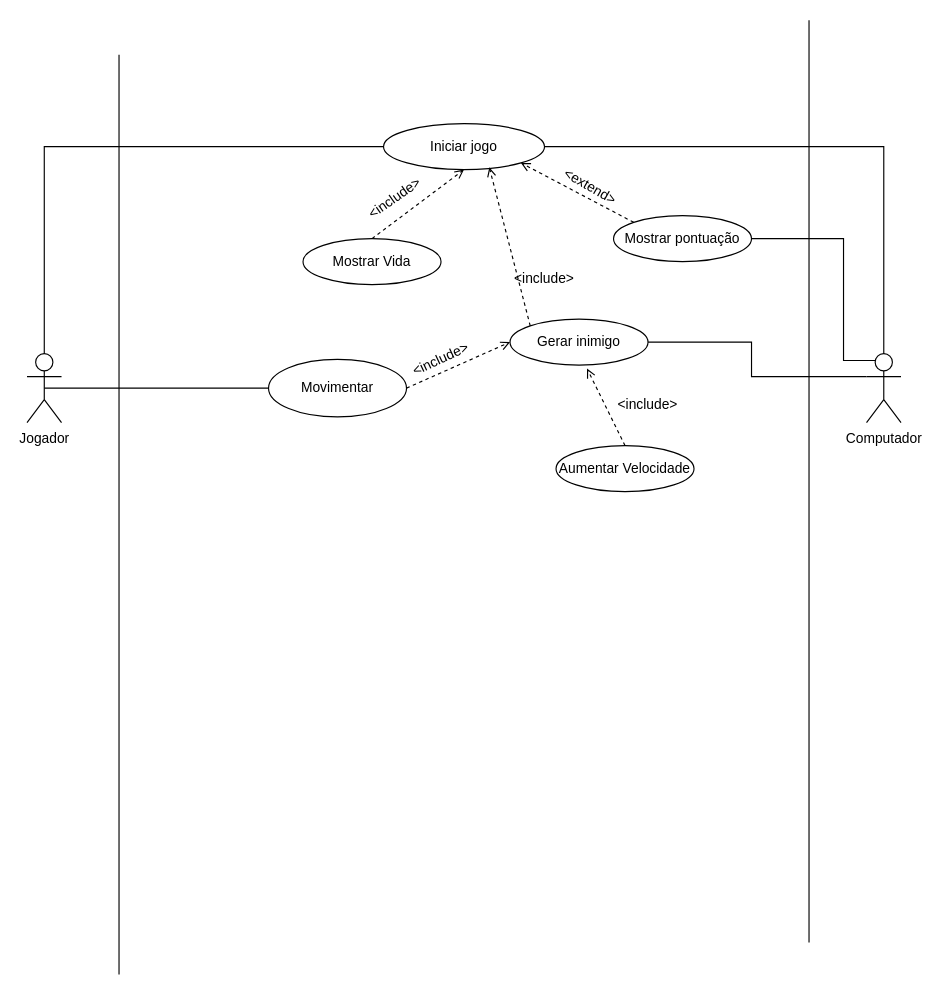
Earlier version of the draw.io diagram Diagrama sem nome.drawio (yuritelis/atvmusica). Source tidied: cells renumbered, new cells numbered last; positions are measured from the earlier drawing's top-left corner, leaving out a move shared by most shapes. Both pictures are drawn from the tidied source at 115%, with x=0, y=0 at pixel (26, 20).
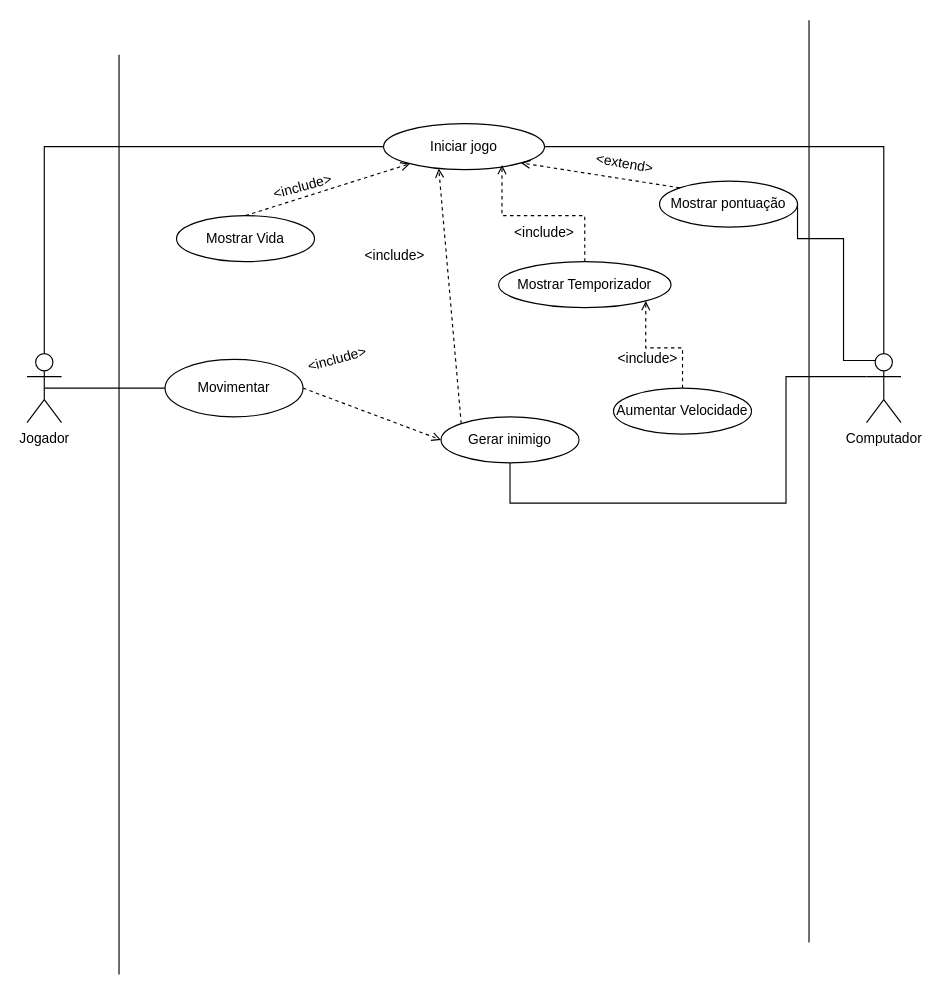
The same page after the edit.

Unchanged cells that the change refers to:
```xml
<mxCell id="8" value="Computador" style="shape=umlActor;verticalLabelPosition=bottom;verticalAlign=top;html=1;outlineConnect=0;" parent="1" vertex="1">
  <mxGeometry x="730" y="290" width="30" height="60" as="geometry" />
</mxCell>
<mxCell id="11" value="Iniciar jogo" style="ellipse;whiteSpace=wrap;html=1;" parent="1" vertex="1">
  <mxGeometry x="310" y="90" width="140" height="40" as="geometry" />
</mxCell>
```

Change to the diagram source:
```diff
@@
-    <mxCell id="6" style="edgeStyle=orthogonalEdgeStyle;rounded=0;jettySize=auto;html=1;exitX=0;exitY=0.3333333333333333;exitDx=0;exitDy=0;exitPerimeter=0;entryX=1;entryY=0.5;entryDx=0;entryDy=0;endArrow=none;endFill=0;" parent="1" edge="1" source="8" target="13">
+    <mxCell id="6" style="edgeStyle=orthogonalEdgeStyle;rounded=0;jettySize=auto;html=1;exitX=0;exitY=0.3333333333333333;exitDx=0;exitDy=0;exitPerimeter=0;entryX=0.5;entryY=1;entryDx=0;entryDy=0;endArrow=none;endFill=0;" parent="1" edge="1" source="8" target="13">
       <mxGeometry relative="1" as="geometry">
         <Array as="points">
-          <mxPoint x="630" y="310" />
-          <mxPoint x="630" y="280" />
+          <mxPoint x="660" y="310" />
+          <mxPoint x="660" y="420" />
+          <mxPoint x="420" y="420" />
         </Array>
       </mxGeometry>
     </mxCell>
@@
     <mxCell id="12" value="Mostrar pontuação" style="ellipse;whiteSpace=wrap;html=1;" parent="1" vertex="1">
-      <mxGeometry x="510" y="170" width="120" height="40" as="geometry" />
+      <mxGeometry x="550" y="140" width="120" height="40" as="geometry" />
     </mxCell>
     <mxCell id="13" value="Gerar inimigo" style="ellipse;whiteSpace=wrap;html=1;" parent="1" vertex="1">
-      <mxGeometry x="420" y="260" width="120" height="40" as="geometry" />
+      <mxGeometry x="360" y="345" width="120" height="40" as="geometry" />
     </mxCell>
@@
     <mxCell id="15" value="Mostrar Vida" style="ellipse;whiteSpace=wrap;html=1;" parent="1" vertex="1">
-      <mxGeometry x="240" y="190" width="120" height="40" as="geometry" />
+      <mxGeometry x="130" y="170" width="120" height="40" as="geometry" />
     </mxCell>
-    <mxCell id="16" style="endArrow=open;html=1;rounded=0;entryX=0.5;entryY=1;entryDx=0;entryDy=0;exitX=0.5;exitY=0;exitDx=0;exitDy=0;dashed=1;endFill=0;" parent="1" edge="1" source="15" target="11">
+    <mxCell id="16" style="endArrow=open;html=1;rounded=0;exitX=0.5;exitY=0;exitDx=0;exitDy=0;dashed=1;endFill=0;" parent="1" edge="1" source="15" target="11">
       <mxGeometry relative="1" as="geometry" />
     </mxCell>
-    <mxCell id="17" value="&amp;lt;extend&amp;gt;" style="text;html=1;strokeColor=none;fillColor=none;align=center;verticalAlign=middle;whiteSpace=wrap;rounded=0;rotation=30;" parent="1" vertex="1">
-      <mxGeometry x="460" y="130" width="60" height="30" as="geometry" />
+    <mxCell id="17" value="&amp;lt;extend&amp;gt;" style="text;html=1;strokeColor=none;fillColor=none;align=center;verticalAlign=middle;whiteSpace=wrap;rounded=0;rotation=10;" parent="1" vertex="1">
+      <mxGeometry x="490" y="110" width="60" height="30" as="geometry" />
     </mxCell>
-    <mxCell id="18" value="&amp;lt;include&amp;gt;" style="text;html=1;strokeColor=none;fillColor=none;align=center;verticalAlign=middle;whiteSpace=wrap;rounded=0;rotation=-35;" parent="1" vertex="1">
-      <mxGeometry x="290" y="140" width="60" height="30" as="geometry" />
+    <mxCell id="18" value="&amp;lt;include&amp;gt;" style="text;html=1;strokeColor=none;fillColor=none;align=center;verticalAlign=middle;whiteSpace=wrap;rounded=0;rotation=-15;" parent="1" vertex="1">
+      <mxGeometry x="210" y="130" width="60" height="30" as="geometry" />
     </mxCell>
     <mxCell id="19" value="Movimentar" style="ellipse;whiteSpace=wrap;html=1;" parent="1" vertex="1">
-      <mxGeometry x="210" y="295" width="120" height="50" as="geometry" />
+      <mxGeometry x="120" y="295" width="120" height="50" as="geometry" />
     </mxCell>
@@
+    <mxCell id="27" style="edgeStyle=orthogonalEdgeStyle;rounded=0;jettySize=auto;html=1;entryX=1;entryY=1;entryDx=0;entryDy=0;dashed=1;endArrow=open;endFill=0;" parent="1" edge="1" source="21" target="29">
+      <mxGeometry relative="1" as="geometry" />
+    </mxCell>
     <mxCell id="21" value="Aumentar Velocidade" style="ellipse;whiteSpace=wrap;html=1;" parent="1" vertex="1">
-      <mxGeometry x="460" y="370" width="120" height="40" as="geometry" />
+      <mxGeometry x="510" y="320" width="120" height="40" as="geometry" />
     </mxCell>
-    <mxCell id="22" style="endArrow=open;html=1;rounded=0;exitX=0;exitY=0;exitDx=0;exitDy=0;entryX=0.657;entryY=0.95;entryDx=0;entryDy=0;entryPerimeter=0;dashed=1;endFill=0;" parent="1" edge="1" source="13" target="11">
+    <mxCell id="22" style="endArrow=open;html=1;rounded=0;exitX=0;exitY=0;exitDx=0;exitDy=0;dashed=1;endFill=0;entryX=0.343;entryY=0.975;entryDx=0;entryDy=0;entryPerimeter=0;" parent="1" edge="1" source="13" target="11">
       <mxGeometry relative="1" as="geometry" />
     </mxCell>
-    <mxCell id="23" value="&amp;lt;include&amp;gt;" style="text;html=1;strokeColor=none;fillColor=none;align=center;verticalAlign=middle;whiteSpace=wrap;rounded=0;rotation=-25;" parent="1" vertex="1">
-      <mxGeometry x="330" y="280" width="60" height="30" as="geometry" />
+    <mxCell id="23" value="&amp;lt;include&amp;gt;" style="text;html=1;strokeColor=none;fillColor=none;align=center;verticalAlign=middle;whiteSpace=wrap;rounded=0;rotation=-15;" parent="1" vertex="1">
+      <mxGeometry x="240" y="280" width="60" height="30" as="geometry" />
     </mxCell>
     <mxCell id="24" value="&amp;lt;include&amp;gt;" style="text;html=1;strokeColor=none;fillColor=none;align=center;verticalAlign=middle;whiteSpace=wrap;rounded=0;rotation=0;" parent="1" vertex="1">
-      <mxGeometry x="420" y="210" width="60" height="30" as="geometry" />
+      <mxGeometry x="290" y="190" width="60" height="30" as="geometry" />
     </mxCell>
-    <mxCell id="25" style="endArrow=open;html=1;rounded=0;exitX=0.5;exitY=0;exitDx=0;exitDy=0;entryX=0.558;entryY=1.075;entryDx=0;entryDy=0;entryPerimeter=0;dashed=1;endFill=0;" parent="1" edge="1" source="21" target="13">
-      <mxGeometry relative="1" as="geometry" />
-    </mxCell>
     <mxCell id="26" value="&amp;lt;include&amp;gt;" style="text;html=1;strokeColor=none;fillColor=none;align=center;verticalAlign=middle;whiteSpace=wrap;rounded=0;rotation=0;" parent="1" vertex="1">
-      <mxGeometry x="510" y="320" width="60" height="30" as="geometry" />
+      <mxGeometry x="420" y="170" width="60" height="30" as="geometry" />
     </mxCell>
+    <mxCell id="28" style="edgeStyle=orthogonalEdgeStyle;rounded=0;jettySize=auto;html=1;entryX=0.736;entryY=0.9;entryDx=0;entryDy=0;entryPerimeter=0;dashed=1;endArrow=open;endFill=0;" parent="1" edge="1" source="29" target="11">
+      <mxGeometry relative="1" as="geometry" />
+    </mxCell>
+    <mxCell id="29" value="Mostrar Temporizador" style="ellipse;whiteSpace=wrap;html=1;" parent="1" vertex="1">
+      <mxGeometry x="410" y="210" width="150" height="40" as="geometry" />
+    </mxCell>
+    <mxCell id="30" value="&amp;lt;include&amp;gt;" style="text;html=1;strokeColor=none;fillColor=none;align=center;verticalAlign=middle;whiteSpace=wrap;rounded=0;rotation=0;" parent="1" vertex="1">
+      <mxGeometry x="510" y="280" width="60" height="30" as="geometry" />
+    </mxCell>
```
